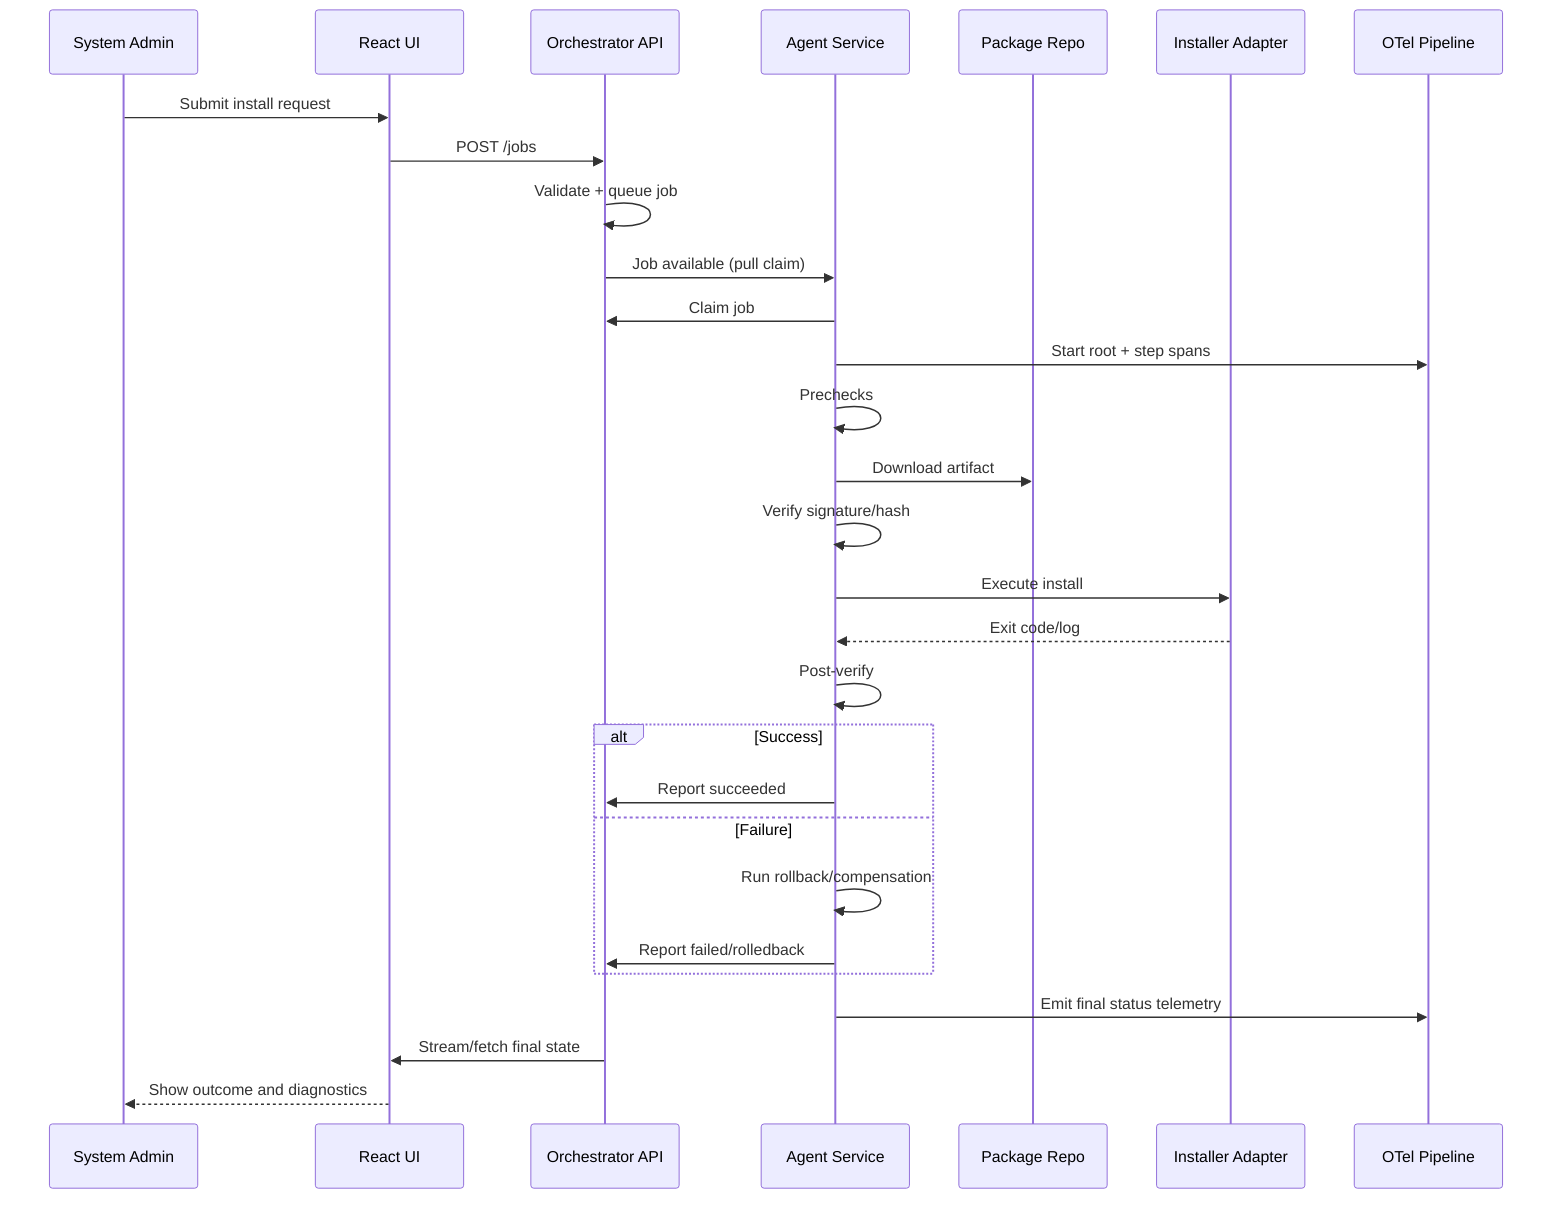
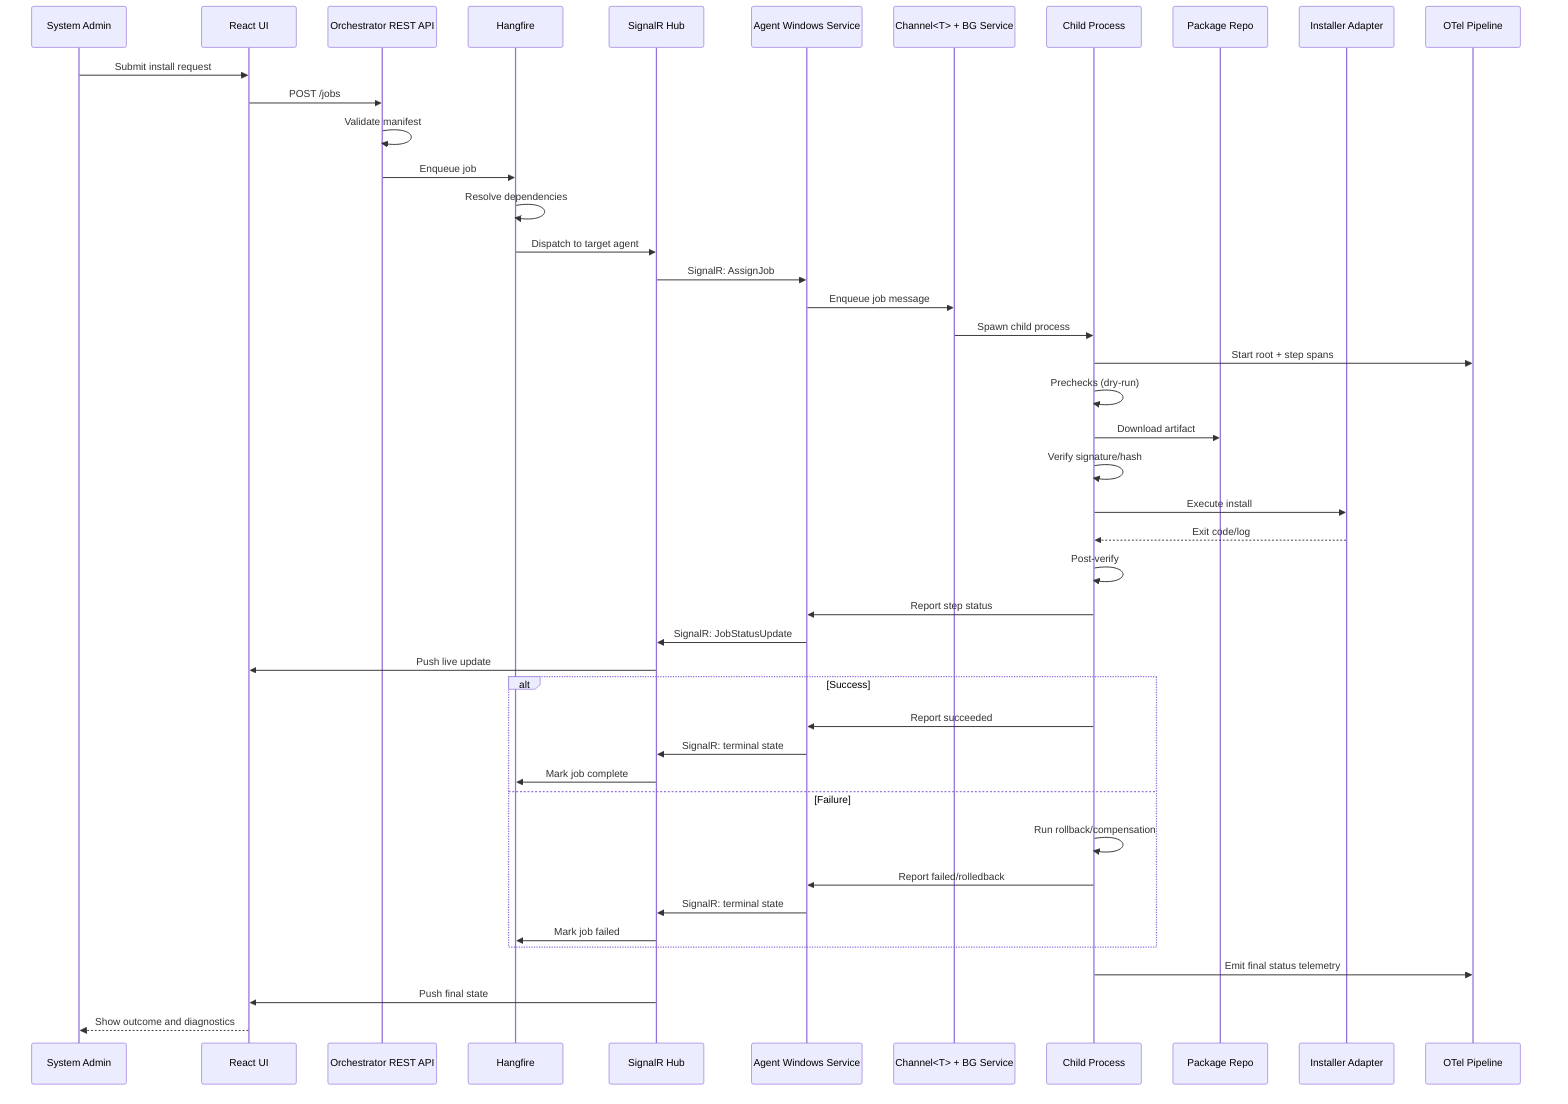
sequenceDiagram
    participant Admin as System Admin
    participant UI as React UI
-     participant Orchestrator as Orchestrator API
-     participant Agent as Agent Service
+     participant API as Orchestrator REST API
+     participant HF as Hangfire
+     participant Hub as SignalR Hub
+     participant Agent as Agent Windows Service
+     participant Ch as Channel<T> + BG Service
+     participant Child as Child Process
    participant Repo as Package Repo
    participant Installer as Installer Adapter
    participant Obs as OTel Pipeline

    Admin->>UI: Submit install request
-     UI->>Orchestrator: POST /jobs
-     Orchestrator->>Orchestrator: Validate + queue job
-     Orchestrator->>Agent: Job available (pull claim)
-     Agent->>Orchestrator: Claim job
-     Agent->>Obs: Start root + step spans
+     UI->>API: POST /jobs
+     API->>API: Validate manifest
+     API->>HF: Enqueue job
+     HF->>HF: Resolve dependencies
+     HF->>Hub: Dispatch to target agent
+     Hub->>Agent: SignalR: AssignJob
+     Agent->>Ch: Enqueue job message
+     Ch->>Child: Spawn child process

-     Agent->>Agent: Prechecks
-     Agent->>Repo: Download artifact
-     Agent->>Agent: Verify signature/hash
-     Agent->>Installer: Execute install
-     Installer-->>Agent: Exit code/log
-     Agent->>Agent: Post-verify
+     Child->>Obs: Start root + step spans
+     Child->>Child: Prechecks (dry-run)
+     Child->>Repo: Download artifact
+     Child->>Child: Verify signature/hash
+     Child->>Installer: Execute install
+     Installer-->>Child: Exit code/log
+     Child->>Child: Post-verify
+ 
+     Child->>Agent: Report step status
+     Agent->>Hub: SignalR: JobStatusUpdate
+     Hub->>UI: Push live update

    alt Success
-         Agent->>Orchestrator: Report succeeded
+         Child->>Agent: Report succeeded
+         Agent->>Hub: SignalR: terminal state
+         Hub->>HF: Mark job complete
    else Failure
-         Agent->>Agent: Run rollback/compensation
-         Agent->>Orchestrator: Report failed/rolledback
+         Child->>Child: Run rollback/compensation
+         Child->>Agent: Report failed/rolledback
+         Agent->>Hub: SignalR: terminal state
+         Hub->>HF: Mark job failed
    end

-     Agent->>Obs: Emit final status telemetry
-     Orchestrator->>UI: Stream/fetch final state
+     Child->>Obs: Emit final status telemetry
+     Hub->>UI: Push final state
    UI-->>Admin: Show outcome and diagnostics
